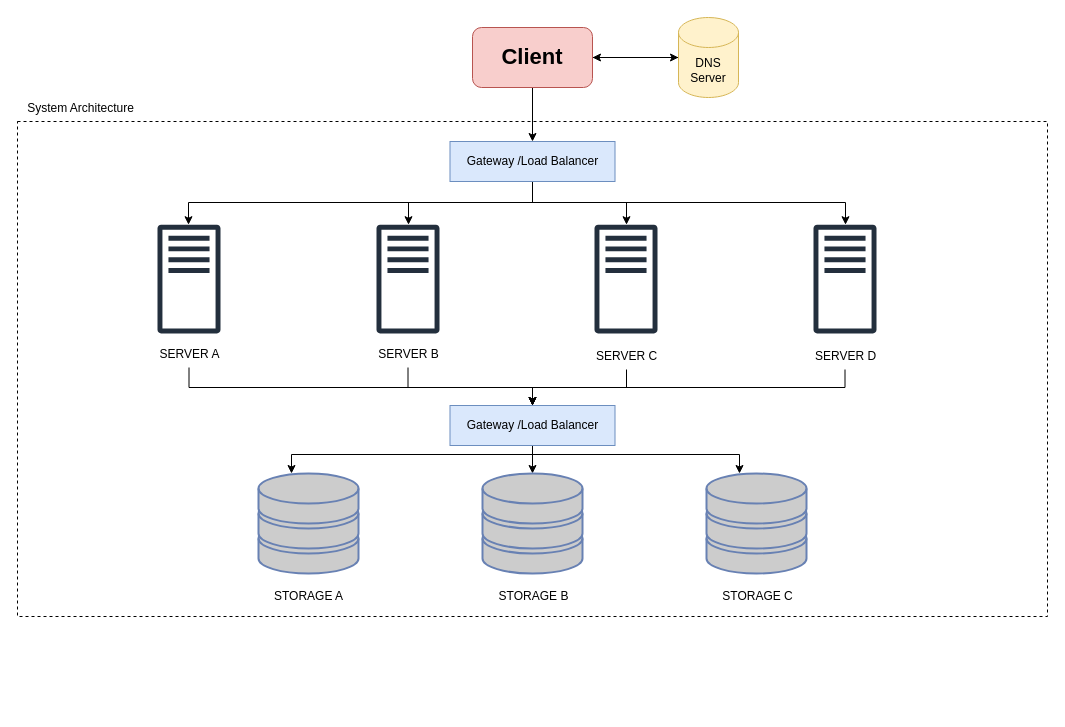
Before: HLD/HLD.drawio in SanjeetDutt/Technology-Stack, a draw.io diagram. Source tidied: cells renumbered, new cells numbered last; positions are measured from the earlier drawing's top-left corner, leaving out a move shared by most shapes. Both pictures are drawn from the tidied source at 100%, with x=0, y=0 at pixel (17, 17).
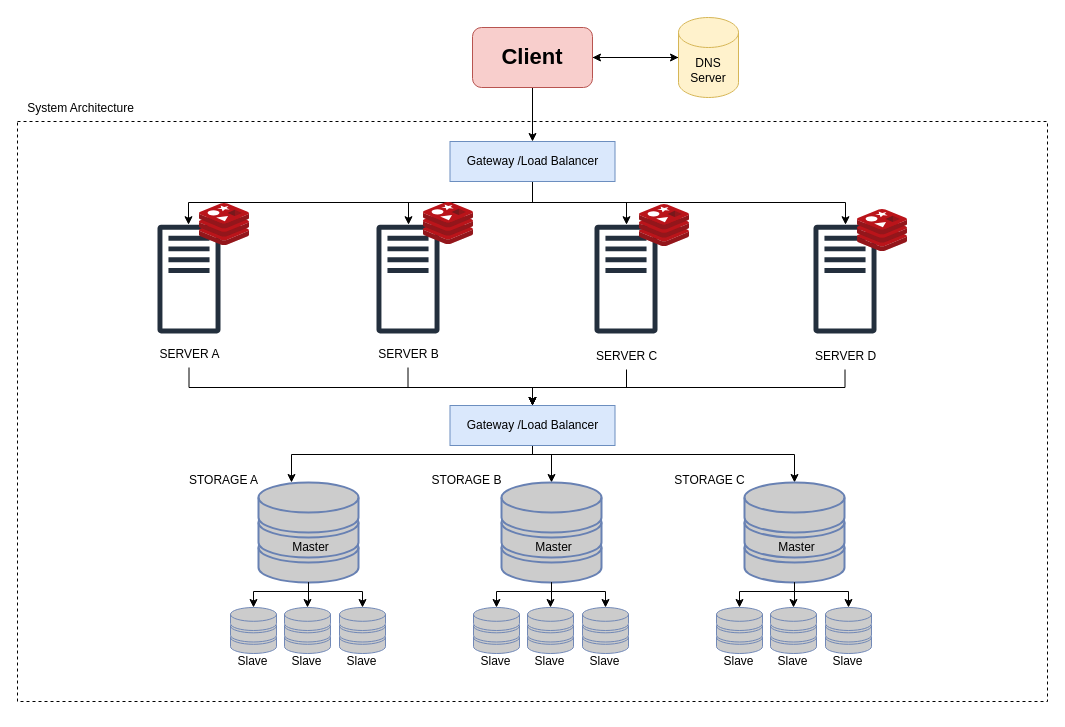
After the change.

Unchanged cells that the change refers to:
```xml
<mxCell id="29" value="Gateway /Load Balancer" style="rounded=0;whiteSpace=wrap;html=1;fillColor=#dae8fc;strokeColor=#6c8ebf;" parent="1" vertex="1">
  <mxGeometry x="432.5" y="388" width="165" height="40" as="geometry" />
</mxCell>
```

Diff of the diagram source:
```diff
@@
     <mxCell id="2" style="rounded=0;whiteSpace=wrap;html=1;dashed=1;" parent="1" vertex="1">
-      <mxGeometry y="104" width="1030" height="495" as="geometry" />
+      <mxGeometry y="104" width="1030" height="580" as="geometry" />
     </mxCell>
@@
     <mxCell id="14" style="group;" parent="1" vertex="1">
-      <mxGeometry x="132.5" y="207" width="78" height="143" as="geometry" />
+      <mxGeometry x="132.5" y="207" width="99.5" height="143" as="geometry" />
     </mxCell>
@@
+    <mxCell id="43" style="image;sketch=0;html=1;align=center;fontSize=12;image=img/lib/mscae/Cache_Redis_Product.svg;" parent="14" vertex="1">
+      <mxGeometry x="49.5" y="-21" width="50" height="42" as="geometry" />
+    </mxCell>
     <mxCell id="17" style="group;" parent="1" vertex="1">
-      <mxGeometry x="351.5" y="207" width="78" height="143" as="geometry" />
+      <mxGeometry x="351.5" y="207" width="104.5" height="143" as="geometry" />
     </mxCell>
@@
+    <mxCell id="44" style="image;sketch=0;html=1;align=center;fontSize=12;image=img/lib/mscae/Cache_Redis_Product.svg;" parent="17" vertex="1">
+      <mxGeometry x="54.5" y="-22" width="50" height="42" as="geometry" />
+    </mxCell>
@@
-    <mxCell id="27" style="edgeStyle=orthogonalEdgeStyle;rounded=0;jettySize=auto;html=1;" parent="1" edge="1" source="29" target="31">
-      <mxGeometry relative="1" as="geometry" />
-    </mxCell>
-    <mxCell id="28" style="edgeStyle=orthogonalEdgeStyle;rounded=0;jettySize=auto;html=1;" parent="1" edge="1" source="29" target="34">
-      <mxGeometry relative="1" as="geometry">
-        <Array as="points">
-          <mxPoint x="515" y="437" />
-          <mxPoint x="722" y="437" />
-        </Array>
-      </mxGeometry>
-    </mxCell>
+    <mxCell id="45" style="edgeStyle=orthogonalEdgeStyle;rounded=0;jettySize=auto;html=1;" parent="1" edge="1" source="29" target="77">
+      <mxGeometry relative="1" as="geometry">
+        <Array as="points">
+          <mxPoint x="515" y="437" />
+          <mxPoint x="534" y="437" />
+        </Array>
+      </mxGeometry>
+    </mxCell>
+    <mxCell id="46" style="edgeStyle=orthogonalEdgeStyle;rounded=0;jettySize=auto;html=1;" parent="1" edge="1" source="29" target="94">
+      <mxGeometry relative="1" as="geometry">
+        <Array as="points">
+          <mxPoint x="515" y="437" />
+          <mxPoint x="777" y="437" />
+        </Array>
+      </mxGeometry>
+    </mxCell>
@@
-    <mxCell id="30" style="group;" parent="1" vertex="1">
-      <mxGeometry x="465" y="456" width="100" height="136" as="geometry" />
-    </mxCell>
-    <mxCell id="31" style="fontColor=#0066CC;verticalAlign=top;verticalLabelPosition=bottom;labelPosition=center;align=center;html=1;outlineConnect=0;fillColor=#CCCCCC;strokeColor=#6881B3;gradientColor=none;gradientDirection=north;strokeWidth=2;shape=mxgraph.networks.storage;" parent="30" vertex="1">
-      <mxGeometry width="100" height="100" as="geometry" />
-    </mxCell>
-    <mxCell id="32" value="STORAGE B" style="text;html=1;align=center;verticalAlign=middle;strokeColor=none;fillColor=none;" parent="30" vertex="1">
-      <mxGeometry x="6.5" y="110" width="88" height="26" as="geometry" />
-    </mxCell>
-    <mxCell id="33" style="group;" parent="1" vertex="1">
-      <mxGeometry x="689" y="456" width="100" height="136" as="geometry" />
-    </mxCell>
-    <mxCell id="34" style="fontColor=#0066CC;verticalAlign=top;verticalLabelPosition=bottom;labelPosition=center;align=center;html=1;outlineConnect=0;fillColor=#CCCCCC;strokeColor=#6881B3;gradientColor=none;gradientDirection=north;strokeWidth=2;shape=mxgraph.networks.storage;" parent="33" vertex="1">
-      <mxGeometry width="100" height="100" as="geometry" />
-    </mxCell>
-    <mxCell id="35" value="STORAGE C" style="text;html=1;align=center;verticalAlign=middle;strokeColor=none;fillColor=none;" parent="33" vertex="1">
-      <mxGeometry x="6.5" y="110" width="88" height="26" as="geometry" />
-    </mxCell>
-    <mxCell id="36" style="group;" parent="1" vertex="1">
-      <mxGeometry x="241" y="456" width="100" height="136" as="geometry" />
-    </mxCell>
-    <mxCell id="37" style="fontColor=#0066CC;verticalAlign=top;verticalLabelPosition=bottom;labelPosition=center;align=center;html=1;outlineConnect=0;fillColor=#CCCCCC;strokeColor=#6881B3;gradientColor=none;gradientDirection=north;strokeWidth=2;shape=mxgraph.networks.storage;" parent="36" vertex="1">
-      <mxGeometry width="100" height="100" as="geometry" />
-    </mxCell>
-    <mxCell id="38" value="STORAGE A" style="text;html=1;align=center;verticalAlign=middle;strokeColor=none;fillColor=none;" parent="36" vertex="1">
-      <mxGeometry x="6.5" y="110" width="87" height="26" as="geometry" />
-    </mxCell>
@@
+    <mxCell id="47" style="image;sketch=0;html=1;align=center;fontSize=12;image=img/lib/mscae/Cache_Redis_Product.svg;" parent="1" vertex="1">
+      <mxGeometry x="622" y="187" width="50" height="42" as="geometry" />
+    </mxCell>
+    <mxCell id="48" style="image;sketch=0;html=1;align=center;fontSize=12;image=img/lib/mscae/Cache_Redis_Product.svg;" parent="1" vertex="1">
+      <mxGeometry x="840" y="192" width="50" height="42" as="geometry" />
+    </mxCell>
+    <mxCell id="49" style="group;" parent="1" vertex="1">
+      <mxGeometry x="162" y="450" width="206" height="207" as="geometry" />
+    </mxCell>
+    <mxCell id="38" value="STORAGE A" style="text;html=1;align=center;verticalAlign=middle;strokeColor=none;fillColor=none;" parent="49" vertex="1">
+      <mxGeometry width="87" height="26" as="geometry" />
+    </mxCell>
+    <mxCell id="50" style="group;" parent="49" vertex="1">
+      <mxGeometry x="49" y="15" width="157" height="192" as="geometry" />
+    </mxCell>
+    <mxCell id="51" style="group;" parent="50" vertex="1">
+      <mxGeometry y="125" width="48" height="67" as="geometry" />
+    </mxCell>
+    <mxCell id="52" style="fontColor=#0066CC;verticalAlign=top;verticalLabelPosition=bottom;labelPosition=center;align=center;html=1;outlineConnect=0;fillColor=#CCCCCC;strokeColor=#6881B3;gradientColor=none;gradientDirection=north;strokeWidth=2;shape=mxgraph.networks.storage;" parent="51" vertex="1">
+      <mxGeometry x="2" width="46" height="46" as="geometry" />
+    </mxCell>
+    <mxCell id="53" value="Slave" style="text;html=1;align=center;verticalAlign=middle;strokeColor=none;fillColor=none;" parent="51" vertex="1">
+      <mxGeometry y="41" width="48" height="26" as="geometry" />
+    </mxCell>
+    <mxCell id="54" style="group;" parent="50" vertex="1">
+      <mxGeometry x="54" y="125" width="48" height="67" as="geometry" />
+    </mxCell>
+    <mxCell id="55" style="fontColor=#0066CC;verticalAlign=top;verticalLabelPosition=bottom;labelPosition=center;align=center;html=1;outlineConnect=0;fillColor=#CCCCCC;strokeColor=#6881B3;gradientColor=none;gradientDirection=north;strokeWidth=2;shape=mxgraph.networks.storage;" parent="54" vertex="1">
+      <mxGeometry x="2" width="46" height="46" as="geometry" />
+    </mxCell>
+    <mxCell id="56" value="Slave" style="text;html=1;align=center;verticalAlign=middle;strokeColor=none;fillColor=none;" parent="54" vertex="1">
+      <mxGeometry y="41" width="48" height="26" as="geometry" />
+    </mxCell>
+    <mxCell id="57" style="group;" parent="50" vertex="1">
+      <mxGeometry x="109" y="125" width="48" height="67" as="geometry" />
+    </mxCell>
+    <mxCell id="58" style="fontColor=#0066CC;verticalAlign=top;verticalLabelPosition=bottom;labelPosition=center;align=center;html=1;outlineConnect=0;fillColor=#CCCCCC;strokeColor=#6881B3;gradientColor=none;gradientDirection=north;strokeWidth=2;shape=mxgraph.networks.storage;" parent="57" vertex="1">
+      <mxGeometry x="2" width="46" height="46" as="geometry" />
+    </mxCell>
+    <mxCell id="59" value="Slave" style="text;html=1;align=center;verticalAlign=middle;strokeColor=none;fillColor=none;" parent="57" vertex="1">
+      <mxGeometry y="41" width="48" height="26" as="geometry" />
+    </mxCell>
+    <mxCell id="60" style="group;" parent="50" vertex="1">
+      <mxGeometry x="30" width="100" height="100" as="geometry" />
+    </mxCell>
+    <mxCell id="37" style="fontColor=#0066CC;verticalAlign=top;verticalLabelPosition=bottom;labelPosition=center;align=center;html=1;outlineConnect=0;fillColor=#CCCCCC;strokeColor=#6881B3;gradientColor=none;gradientDirection=north;strokeWidth=2;shape=mxgraph.networks.storage;" parent="60" vertex="1">
+      <mxGeometry width="100" height="100" as="geometry" />
+    </mxCell>
+    <mxCell id="61" value="Master" style="text;html=1;align=center;verticalAlign=middle;strokeColor=none;fillColor=none;" parent="60" vertex="1">
+      <mxGeometry x="24" y="52" width="55" height="26" as="geometry" />
+    </mxCell>
+    <mxCell id="62" style="edgeStyle=orthogonalEdgeStyle;rounded=0;jettySize=auto;html=1;" parent="50" edge="1" source="37" target="52">
+      <mxGeometry relative="1" as="geometry">
+        <Array as="points">
+          <mxPoint x="80" y="109" />
+          <mxPoint x="25" y="109" />
+        </Array>
+      </mxGeometry>
+    </mxCell>
+    <mxCell id="63" style="edgeStyle=orthogonalEdgeStyle;rounded=0;jettySize=auto;html=1;" parent="50" edge="1" source="37" target="55">
+      <mxGeometry relative="1" as="geometry" />
+    </mxCell>
+    <mxCell id="64" style="edgeStyle=orthogonalEdgeStyle;rounded=0;jettySize=auto;html=1;" parent="50" edge="1" source="37" target="58">
+      <mxGeometry relative="1" as="geometry">
+        <Array as="points">
+          <mxPoint x="80" y="109" />
+          <mxPoint x="134" y="109" />
+        </Array>
+      </mxGeometry>
+    </mxCell>
+    <mxCell id="65" style="group;" parent="1" vertex="1">
+      <mxGeometry x="405" y="450" width="206" height="207" as="geometry" />
+    </mxCell>
+    <mxCell id="32" value="STORAGE B" style="text;html=1;align=center;verticalAlign=middle;strokeColor=none;fillColor=none;" parent="65" vertex="1">
+      <mxGeometry width="88" height="26" as="geometry" />
+    </mxCell>
+    <mxCell id="66" style="group;" parent="65" vertex="1">
+      <mxGeometry x="49" y="15" width="157" height="192" as="geometry" />
+    </mxCell>
+    <mxCell id="67" style="group;" parent="66" vertex="1">
+      <mxGeometry y="125" width="48" height="67" as="geometry" />
+    </mxCell>
+    <mxCell id="68" style="fontColor=#0066CC;verticalAlign=top;verticalLabelPosition=bottom;labelPosition=center;align=center;html=1;outlineConnect=0;fillColor=#CCCCCC;strokeColor=#6881B3;gradientColor=none;gradientDirection=north;strokeWidth=2;shape=mxgraph.networks.storage;" parent="67" vertex="1">
+      <mxGeometry x="2" width="46" height="46" as="geometry" />
+    </mxCell>
+    <mxCell id="69" value="Slave" style="text;html=1;align=center;verticalAlign=middle;strokeColor=none;fillColor=none;" parent="67" vertex="1">
+      <mxGeometry y="41" width="48" height="26" as="geometry" />
+    </mxCell>
+    <mxCell id="70" style="group;" parent="66" vertex="1">
+      <mxGeometry x="54" y="125" width="48" height="67" as="geometry" />
+    </mxCell>
+    <mxCell id="71" style="fontColor=#0066CC;verticalAlign=top;verticalLabelPosition=bottom;labelPosition=center;align=center;html=1;outlineConnect=0;fillColor=#CCCCCC;strokeColor=#6881B3;gradientColor=none;gradientDirection=north;strokeWidth=2;shape=mxgraph.networks.storage;" parent="70" vertex="1">
+      <mxGeometry x="2" width="46" height="46" as="geometry" />
+    </mxCell>
+    <mxCell id="72" value="Slave" style="text;html=1;align=center;verticalAlign=middle;strokeColor=none;fillColor=none;" parent="70" vertex="1">
+      <mxGeometry y="41" width="48" height="26" as="geometry" />
+    </mxCell>
+    <mxCell id="73" style="group;" parent="66" vertex="1">
+      <mxGeometry x="109" y="125" width="48" height="67" as="geometry" />
+    </mxCell>
+    <mxCell id="74" style="fontColor=#0066CC;verticalAlign=top;verticalLabelPosition=bottom;labelPosition=center;align=center;html=1;outlineConnect=0;fillColor=#CCCCCC;strokeColor=#6881B3;gradientColor=none;gradientDirection=north;strokeWidth=2;shape=mxgraph.networks.storage;" parent="73" vertex="1">
+      <mxGeometry x="2" width="46" height="46" as="geometry" />
+    </mxCell>
+    <mxCell id="75" value="Slave" style="text;html=1;align=center;verticalAlign=middle;strokeColor=none;fillColor=none;" parent="73" vertex="1">
+      <mxGeometry y="41" width="48" height="26" as="geometry" />
+    </mxCell>
+    <mxCell id="76" style="group;" parent="66" vertex="1">
+      <mxGeometry x="30" width="100" height="100" as="geometry" />
+    </mxCell>
+    <mxCell id="77" style="fontColor=#0066CC;verticalAlign=top;verticalLabelPosition=bottom;labelPosition=center;align=center;html=1;outlineConnect=0;fillColor=#CCCCCC;strokeColor=#6881B3;gradientColor=none;gradientDirection=north;strokeWidth=2;shape=mxgraph.networks.storage;" parent="76" vertex="1">
+      <mxGeometry width="100" height="100" as="geometry" />
+    </mxCell>
+    <mxCell id="78" value="Master" style="text;html=1;align=center;verticalAlign=middle;strokeColor=none;fillColor=none;" parent="76" vertex="1">
+      <mxGeometry x="24" y="52" width="55" height="26" as="geometry" />
+    </mxCell>
+    <mxCell id="79" style="edgeStyle=orthogonalEdgeStyle;rounded=0;jettySize=auto;html=1;" parent="66" edge="1" source="77" target="68">
+      <mxGeometry relative="1" as="geometry">
+        <Array as="points">
+          <mxPoint x="80" y="109" />
+          <mxPoint x="25" y="109" />
+        </Array>
+      </mxGeometry>
+    </mxCell>
+    <mxCell id="80" style="edgeStyle=orthogonalEdgeStyle;rounded=0;jettySize=auto;html=1;" parent="66" edge="1" source="77" target="71">
+      <mxGeometry relative="1" as="geometry" />
+    </mxCell>
+    <mxCell id="81" style="edgeStyle=orthogonalEdgeStyle;rounded=0;jettySize=auto;html=1;" parent="66" edge="1" source="77" target="74">
+      <mxGeometry relative="1" as="geometry">
+        <Array as="points">
+          <mxPoint x="80" y="109" />
+          <mxPoint x="134" y="109" />
+        </Array>
+      </mxGeometry>
+    </mxCell>
+    <mxCell id="82" style="group;" parent="1" vertex="1">
+      <mxGeometry x="648" y="450" width="206" height="207" as="geometry" />
+    </mxCell>
+    <mxCell id="35" value="STORAGE C" style="text;html=1;align=center;verticalAlign=middle;strokeColor=none;fillColor=none;" parent="82" vertex="1">
+      <mxGeometry width="88" height="26" as="geometry" />
+    </mxCell>
+    <mxCell id="83" style="group;" parent="82" vertex="1">
+      <mxGeometry x="49" y="15" width="157" height="192" as="geometry" />
+    </mxCell>
+    <mxCell id="84" style="group;" parent="83" vertex="1">
+      <mxGeometry y="125" width="48" height="67" as="geometry" />
+    </mxCell>
+    <mxCell id="85" style="fontColor=#0066CC;verticalAlign=top;verticalLabelPosition=bottom;labelPosition=center;align=center;html=1;outlineConnect=0;fillColor=#CCCCCC;strokeColor=#6881B3;gradientColor=none;gradientDirection=north;strokeWidth=2;shape=mxgraph.networks.storage;" parent="84" vertex="1">
+      <mxGeometry x="2" width="46" height="46" as="geometry" />
+    </mxCell>
+    <mxCell id="86" value="Slave" style="text;html=1;align=center;verticalAlign=middle;strokeColor=none;fillColor=none;" parent="84" vertex="1">
+      <mxGeometry y="41" width="48" height="26" as="geometry" />
+    </mxCell>
+    <mxCell id="87" style="group;" parent="83" vertex="1">
+      <mxGeometry x="54" y="125" width="48" height="67" as="geometry" />
+    </mxCell>
+    <mxCell id="88" style="fontColor=#0066CC;verticalAlign=top;verticalLabelPosition=bottom;labelPosition=center;align=center;html=1;outlineConnect=0;fillColor=#CCCCCC;strokeColor=#6881B3;gradientColor=none;gradientDirection=north;strokeWidth=2;shape=mxgraph.networks.storage;" parent="87" vertex="1">
+      <mxGeometry x="2" width="46" height="46" as="geometry" />
+    </mxCell>
+    <mxCell id="89" value="Slave" style="text;html=1;align=center;verticalAlign=middle;strokeColor=none;fillColor=none;" parent="87" vertex="1">
+      <mxGeometry y="41" width="48" height="26" as="geometry" />
+    </mxCell>
+    <mxCell id="90" style="group;" parent="83" vertex="1">
+      <mxGeometry x="109" y="125" width="48" height="67" as="geometry" />
+    </mxCell>
+    <mxCell id="91" style="fontColor=#0066CC;verticalAlign=top;verticalLabelPosition=bottom;labelPosition=center;align=center;html=1;outlineConnect=0;fillColor=#CCCCCC;strokeColor=#6881B3;gradientColor=none;gradientDirection=north;strokeWidth=2;shape=mxgraph.networks.storage;" parent="90" vertex="1">
+      <mxGeometry x="2" width="46" height="46" as="geometry" />
+    </mxCell>
+    <mxCell id="92" value="Slave" style="text;html=1;align=center;verticalAlign=middle;strokeColor=none;fillColor=none;" parent="90" vertex="1">
+      <mxGeometry y="41" width="48" height="26" as="geometry" />
+    </mxCell>
+    <mxCell id="93" style="group;" parent="83" vertex="1">
+      <mxGeometry x="30" width="100" height="100" as="geometry" />
+    </mxCell>
+    <mxCell id="94" style="fontColor=#0066CC;verticalAlign=top;verticalLabelPosition=bottom;labelPosition=center;align=center;html=1;outlineConnect=0;fillColor=#CCCCCC;strokeColor=#6881B3;gradientColor=none;gradientDirection=north;strokeWidth=2;shape=mxgraph.networks.storage;" parent="93" vertex="1">
+      <mxGeometry width="100" height="100" as="geometry" />
+    </mxCell>
+    <mxCell id="95" value="Master" style="text;html=1;align=center;verticalAlign=middle;strokeColor=none;fillColor=none;" parent="93" vertex="1">
+      <mxGeometry x="24" y="52" width="55" height="26" as="geometry" />
+    </mxCell>
+    <mxCell id="96" style="edgeStyle=orthogonalEdgeStyle;rounded=0;jettySize=auto;html=1;" parent="83" edge="1" source="94" target="85">
+      <mxGeometry relative="1" as="geometry">
+        <Array as="points">
+          <mxPoint x="80" y="109" />
+          <mxPoint x="25" y="109" />
+        </Array>
+      </mxGeometry>
+    </mxCell>
+    <mxCell id="97" style="edgeStyle=orthogonalEdgeStyle;rounded=0;jettySize=auto;html=1;" parent="83" edge="1" source="94" target="88">
+      <mxGeometry relative="1" as="geometry" />
+    </mxCell>
+    <mxCell id="98" style="edgeStyle=orthogonalEdgeStyle;rounded=0;jettySize=auto;html=1;" parent="83" edge="1" source="94" target="91">
+      <mxGeometry relative="1" as="geometry">
+        <Array as="points">
+          <mxPoint x="80" y="109" />
+          <mxPoint x="134" y="109" />
+        </Array>
+      </mxGeometry>
+    </mxCell>
+    <mxCell id="99" style="edgeStyle=orthogonalEdgeStyle;rounded=0;orthogonalLoop=1;jettySize=auto;html=1;exitX=0.5;exitY=1;exitDx=0;exitDy=0;" parent="1" edge="1" source="2" target="2">
+      <mxGeometry relative="1" as="geometry" />
+    </mxCell>
```
